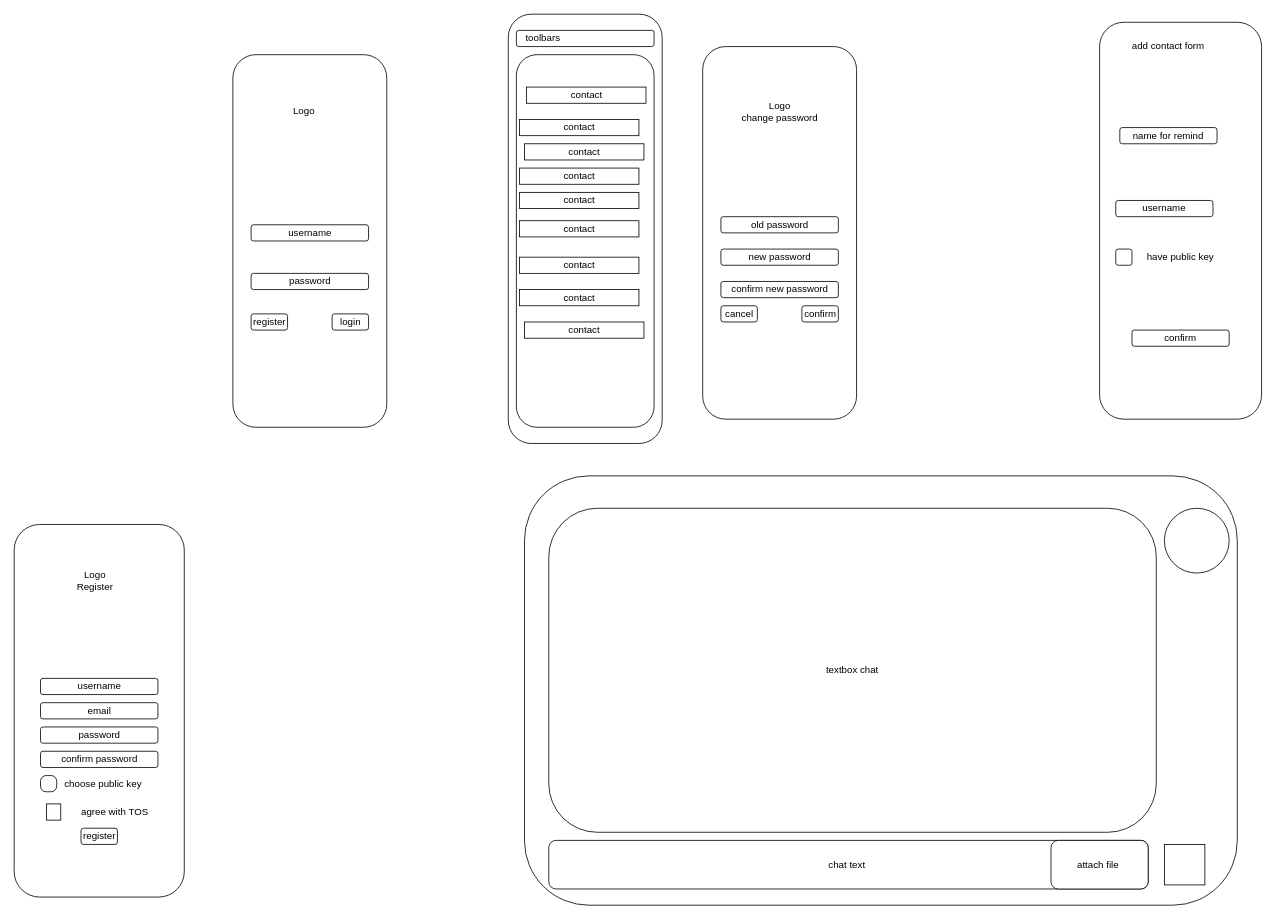
This is Untitled Diagram.drawio from phmngcthanh/155, a draw.io file, before an edit. Source tidied: cells renumbered, new cells numbered last; positions are measured from the earlier drawing's top-left corner, leaving out a move shared by most shapes. Both pictures are drawn from the tidied source at 81%, with x=0, y=0 at pixel (14, 14).
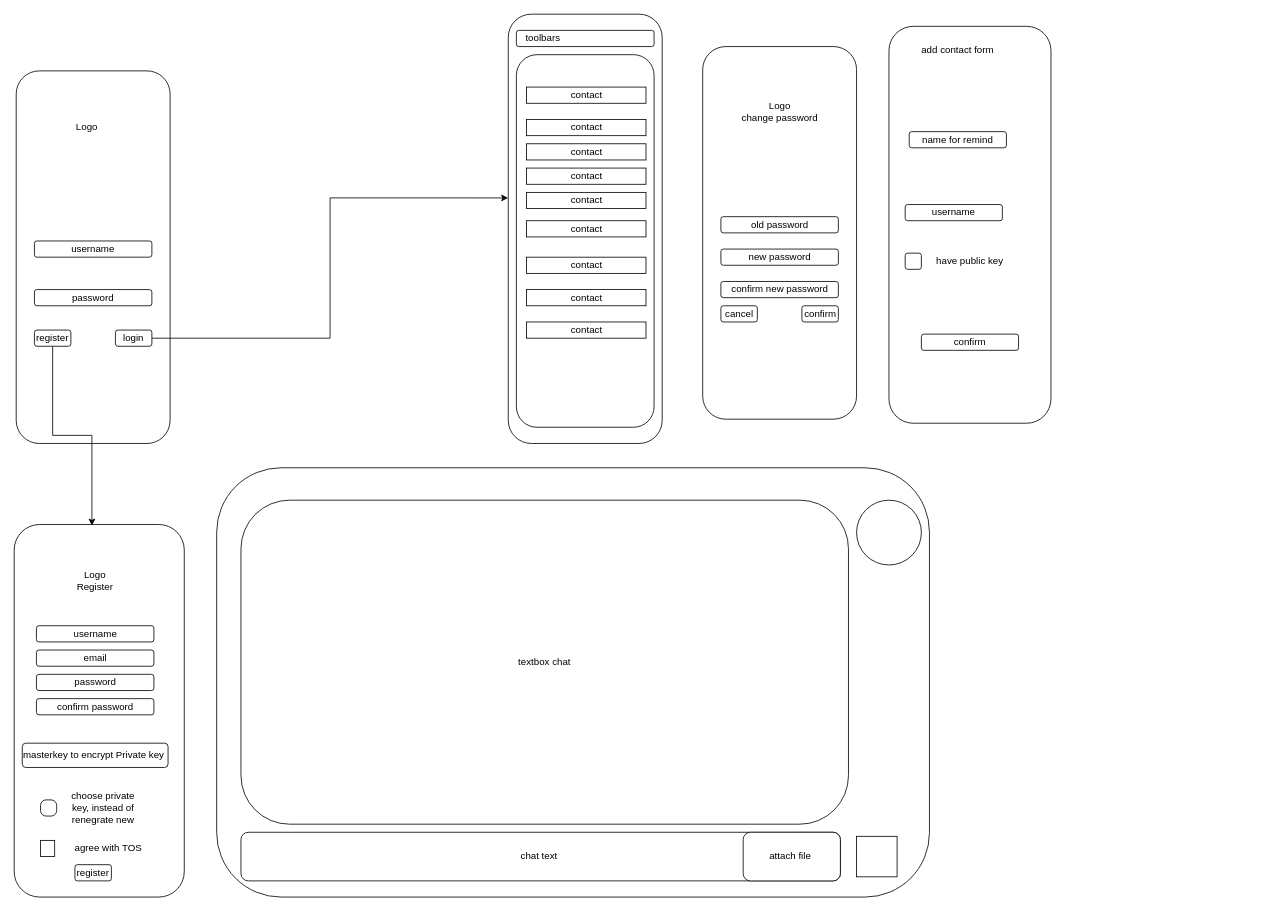
Above is the later version.

The change refers to these unchanged cells:
```xml
<mxCell id="7" style="rounded=1;whiteSpace=wrap;html=1;" parent="1" vertex="1">
  <mxGeometry y="630" width="210" height="460" as="geometry" />
</mxCell>
<mxCell id="13" style="rounded=1;whiteSpace=wrap;html=1;" parent="1" vertex="1">
  <mxGeometry x="610" width="190" height="530" as="geometry" />
</mxCell>
```

What changed in the source:
```diff
@@
     <mxCell id="2" style="rounded=1;whiteSpace=wrap;html=1;" parent="1" vertex="1">
-      <mxGeometry x="270" y="50" width="190" height="460" as="geometry" />
+      <mxGeometry x="2.5" y="70" width="190" height="460" as="geometry" />
     </mxCell>
     <mxCell id="3" value="username" style="rounded=1;whiteSpace=wrap;html=1;" parent="1" vertex="1">
-      <mxGeometry x="292.5" y="260" width="145" height="20" as="geometry" />
+      <mxGeometry x="25" y="280" width="145" height="20" as="geometry" />
     </mxCell>
+    <mxCell id="52" style="edgeStyle=orthogonalEdgeStyle;rounded=0;jettySize=auto;html=1;entryX=-0.001;entryY=0.428;entryDx=0;entryDy=0;entryPerimeter=0;" parent="1" edge="1" source="4" target="13">
+      <mxGeometry relative="1" as="geometry" />
+    </mxCell>
     <mxCell id="4" value="login" style="rounded=1;whiteSpace=wrap;html=1;" parent="1" vertex="1">
-      <mxGeometry x="392.5" y="370" width="45" height="20" as="geometry" />
+      <mxGeometry x="125" y="390" width="45" height="20" as="geometry" />
     </mxCell>
     <mxCell id="5" value="password" style="rounded=1;whiteSpace=wrap;html=1;" parent="1" vertex="1">
-      <mxGeometry x="292.5" y="320" width="145" height="20" as="geometry" />
+      <mxGeometry x="25" y="340" width="145" height="20" as="geometry" />
     </mxCell>
+    <mxCell id="53" style="edgeStyle=orthogonalEdgeStyle;rounded=0;jettySize=auto;html=1;entryX=0.457;entryY=0.003;entryDx=0;entryDy=0;entryPerimeter=0;" parent="1" edge="1" source="6" target="7">
+      <mxGeometry relative="1" as="geometry" />
+    </mxCell>
     <mxCell id="6" value="register" style="rounded=1;whiteSpace=wrap;html=1;" parent="1" vertex="1">
-      <mxGeometry x="292.5" y="370" width="45" height="20" as="geometry" />
+      <mxGeometry x="25" y="390" width="45" height="20" as="geometry" />
     </mxCell>
@@
     <mxCell id="8" value="username" style="rounded=1;whiteSpace=wrap;html=1;" parent="1" vertex="1">
-      <mxGeometry x="32.5" y="820" width="145" height="20" as="geometry" />
+      <mxGeometry x="27.5" y="755" width="145" height="20" as="geometry" />
     </mxCell>
     <mxCell id="9" value="email" style="rounded=1;whiteSpace=wrap;html=1;" parent="1" vertex="1">
-      <mxGeometry x="32.5" y="850" width="145" height="20" as="geometry" />
+      <mxGeometry x="27.5" y="785" width="145" height="20" as="geometry" />
     </mxCell>
     <mxCell id="10" value="password" style="rounded=1;whiteSpace=wrap;html=1;" parent="1" vertex="1">
-      <mxGeometry x="32.5" y="880" width="145" height="20" as="geometry" />
+      <mxGeometry x="27.5" y="815" width="145" height="20" as="geometry" />
     </mxCell>
     <mxCell id="11" value="confirm password" style="rounded=1;whiteSpace=wrap;html=1;" parent="1" vertex="1">
-      <mxGeometry x="32.5" y="910" width="145" height="20" as="geometry" />
+      <mxGeometry x="27.5" y="845" width="145" height="20" as="geometry" />
     </mxCell>
     <mxCell id="12" value="register" style="rounded=1;whiteSpace=wrap;html=1;" parent="1" vertex="1">
-      <mxGeometry x="82.5" y="1005" width="45" height="20" as="geometry" />
+      <mxGeometry x="75" y="1050" width="45" height="20" as="geometry" />
     </mxCell>
@@
     <mxCell id="15" value="Logo" style="text;html=1;strokeColor=none;fillColor=none;align=center;verticalAlign=middle;whiteSpace=wrap;rounded=0;" parent="1" vertex="1">
-      <mxGeometry x="337.5" y="110" width="40" height="20" as="geometry" />
+      <mxGeometry x="70" y="130" width="40" height="20" as="geometry" />
     </mxCell>
     <mxCell id="16" style="rounded=0;whiteSpace=wrap;html=1;arcSize=12;" parent="1" vertex="1">
-      <mxGeometry x="40" y="975" width="17.5" height="20" as="geometry" />
+      <mxGeometry x="32.5" y="1020" width="17.5" height="20" as="geometry" />
     </mxCell>
     <mxCell id="17" value="agree with TOS" style="text;html=1;strokeColor=none;fillColor=none;align=center;verticalAlign=middle;whiteSpace=wrap;rounded=0;" parent="1" vertex="1">
-      <mxGeometry x="57.5" y="975" width="132.5" height="20" as="geometry" />
+      <mxGeometry x="50" y="1020" width="132.5" height="20" as="geometry" />
     </mxCell>
@@
     <mxCell id="21" value="contact" style="rounded=0;whiteSpace=wrap;html=1;" parent="1" vertex="1">
-      <mxGeometry x="623.8" y="130" width="147.5" height="20" as="geometry" />
+      <mxGeometry x="632.5" y="130" width="147.5" height="20" as="geometry" />
     </mxCell>
     <mxCell id="22" value="contact" style="rounded=0;whiteSpace=wrap;html=1;" parent="1" vertex="1">
-      <mxGeometry x="630" y="380" width="147.5" height="20" as="geometry" />
+      <mxGeometry x="632.5" y="380" width="147.5" height="20" as="geometry" />
     </mxCell>
     <mxCell id="23" value="contact" style="rounded=0;whiteSpace=wrap;html=1;" parent="1" vertex="1">
-      <mxGeometry x="623.8" y="340" width="147.5" height="20" as="geometry" />
+      <mxGeometry x="632.5" y="340" width="147.5" height="20" as="geometry" />
     </mxCell>
     <mxCell id="24" value="contact" style="rounded=0;whiteSpace=wrap;html=1;" parent="1" vertex="1">
-      <mxGeometry x="623.8" y="300" width="147.5" height="20" as="geometry" />
+      <mxGeometry x="632.5" y="300" width="147.5" height="20" as="geometry" />
     </mxCell>
     <mxCell id="25" value="contact" style="rounded=0;whiteSpace=wrap;html=1;" parent="1" vertex="1">
-      <mxGeometry x="630" y="160" width="147.5" height="20" as="geometry" />
+      <mxGeometry x="632.5" y="160" width="147.5" height="20" as="geometry" />
     </mxCell>
     <mxCell id="26" value="contact" style="rounded=0;whiteSpace=wrap;html=1;" parent="1" vertex="1">
-      <mxGeometry x="623.8" y="190" width="147.5" height="20" as="geometry" />
+      <mxGeometry x="632.5" y="190" width="147.5" height="20" as="geometry" />
     </mxCell>
     <mxCell id="27" value="contact" style="rounded=0;whiteSpace=wrap;html=1;" parent="1" vertex="1">
-      <mxGeometry x="623.8" y="220" width="147.5" height="20" as="geometry" />
+      <mxGeometry x="632.5" y="220" width="147.5" height="20" as="geometry" />
     </mxCell>
     <mxCell id="28" value="contact" style="rounded=0;whiteSpace=wrap;html=1;" parent="1" vertex="1">
-      <mxGeometry x="623.8" y="255" width="147.5" height="20" as="geometry" />
+      <mxGeometry x="632.5" y="255" width="147.5" height="20" as="geometry" />
     </mxCell>
@@
     <mxCell id="30" style="rounded=1;whiteSpace=wrap;html=1;" parent="1" vertex="1">
-      <mxGeometry x="630" y="570" width="880" height="530" as="geometry" />
+      <mxGeometry x="250" y="560" width="880" height="530" as="geometry" />
     </mxCell>
     <mxCell id="31" value="textbox chat" style="rounded=1;whiteSpace=wrap;html=1;" parent="1" vertex="1">
-      <mxGeometry x="660" y="610" width="750" height="400" as="geometry" />
+      <mxGeometry x="280" y="600" width="750" height="400" as="geometry" />
     </mxCell>
     <mxCell id="32" style="ellipse;whiteSpace=wrap;html=1;" parent="1" vertex="1">
-      <mxGeometry x="1420" y="610" width="80" height="80" as="geometry" />
+      <mxGeometry x="1040" y="600" width="80" height="80" as="geometry" />
     </mxCell>
     <mxCell id="33" value="chat text&amp;nbsp;" style="rounded=1;whiteSpace=wrap;html=1;" parent="1" vertex="1">
-      <mxGeometry x="660" y="1020" width="740" height="60" as="geometry" />
+      <mxGeometry x="280" y="1010" width="740" height="60" as="geometry" />
     </mxCell>
     <mxCell id="34" style="rounded=0;whiteSpace=wrap;html=1;" parent="1" vertex="1">
-      <mxGeometry x="1420" y="1025" width="50" height="50" as="geometry" />
+      <mxGeometry x="1040" y="1015" width="50" height="50" as="geometry" />
     </mxCell>
     <mxCell id="35" value="attach file&amp;nbsp;" style="rounded=1;whiteSpace=wrap;html=1;" parent="1" vertex="1">
-      <mxGeometry x="1280" y="1020" width="120" height="60" as="geometry" />
+      <mxGeometry x="900" y="1010" width="120" height="60" as="geometry" />
     </mxCell>
@@
     <mxCell id="43" style="rounded=1;whiteSpace=wrap;html=1;" parent="1" vertex="1">
-      <mxGeometry x="1340" y="10" width="200" height="490" as="geometry" />
+      <mxGeometry x="1080" y="15" width="200" height="490" as="geometry" />
     </mxCell>
     <mxCell id="44" value="add contact form" style="text;html=1;strokeColor=none;fillColor=none;align=center;verticalAlign=middle;whiteSpace=wrap;rounded=0;" parent="1" vertex="1">
-      <mxGeometry x="1350" y="30" width="150" height="20" as="geometry" />
+      <mxGeometry x="1090" y="35" width="150" height="20" as="geometry" />
     </mxCell>
     <mxCell id="45" value="name for remind" style="rounded=1;whiteSpace=wrap;html=1;" parent="1" vertex="1">
-      <mxGeometry x="1365" y="140" width="120" height="20" as="geometry" />
+      <mxGeometry x="1105" y="145" width="120" height="20" as="geometry" />
     </mxCell>
     <mxCell id="46" value="username" style="rounded=1;whiteSpace=wrap;html=1;" parent="1" vertex="1">
-      <mxGeometry x="1360" y="230" width="120" height="20" as="geometry" />
+      <mxGeometry x="1100" y="235" width="120" height="20" as="geometry" />
     </mxCell>
     <mxCell id="47" style="rounded=1;whiteSpace=wrap;html=1;" parent="1" vertex="1">
-      <mxGeometry x="1360" y="290" width="20" height="20" as="geometry" />
+      <mxGeometry x="1100" y="295" width="20" height="20" as="geometry" />
     </mxCell>
     <mxCell id="48" value="have public key" style="text;html=1;strokeColor=none;fillColor=none;align=center;verticalAlign=middle;whiteSpace=wrap;rounded=0;" parent="1" vertex="1">
-      <mxGeometry x="1380" y="290" width="120" height="20" as="geometry" />
+      <mxGeometry x="1120" y="295" width="120" height="20" as="geometry" />
     </mxCell>
     <mxCell id="49" value="confirm" style="rounded=1;whiteSpace=wrap;html=1;" parent="1" vertex="1">
-      <mxGeometry x="1380" y="390" width="120" height="20" as="geometry" />
+      <mxGeometry x="1120" y="395" width="120" height="20" as="geometry" />
     </mxCell>
     <mxCell id="50" style="rounded=1;whiteSpace=wrap;html=1;arcSize=35;" parent="1" vertex="1">
-      <mxGeometry x="32.5" y="940" width="20" height="20" as="geometry" />
+      <mxGeometry x="32.5" y="970" width="20" height="20" as="geometry" />
     </mxCell>
-    <mxCell id="51" value="choose public key" style="text;html=1;strokeColor=none;fillColor=none;align=center;verticalAlign=middle;whiteSpace=wrap;rounded=0;" parent="1" vertex="1">
-      <mxGeometry x="60" y="940" width="100" height="20" as="geometry" />
+    <mxCell id="51" value="choose private key, instead of renegrate new" style="text;html=1;strokeColor=none;fillColor=none;align=center;verticalAlign=middle;whiteSpace=wrap;rounded=0;" parent="1" vertex="1">
+      <mxGeometry x="60" y="970" width="100" height="20" as="geometry" />
     </mxCell>
+    <mxCell id="54" value="masterkey to encrypt Private key&amp;nbsp;" style="rounded=1;whiteSpace=wrap;html=1;" parent="1" vertex="1">
+      <mxGeometry x="10" y="900" width="180" height="30" as="geometry" />
+    </mxCell>
```
